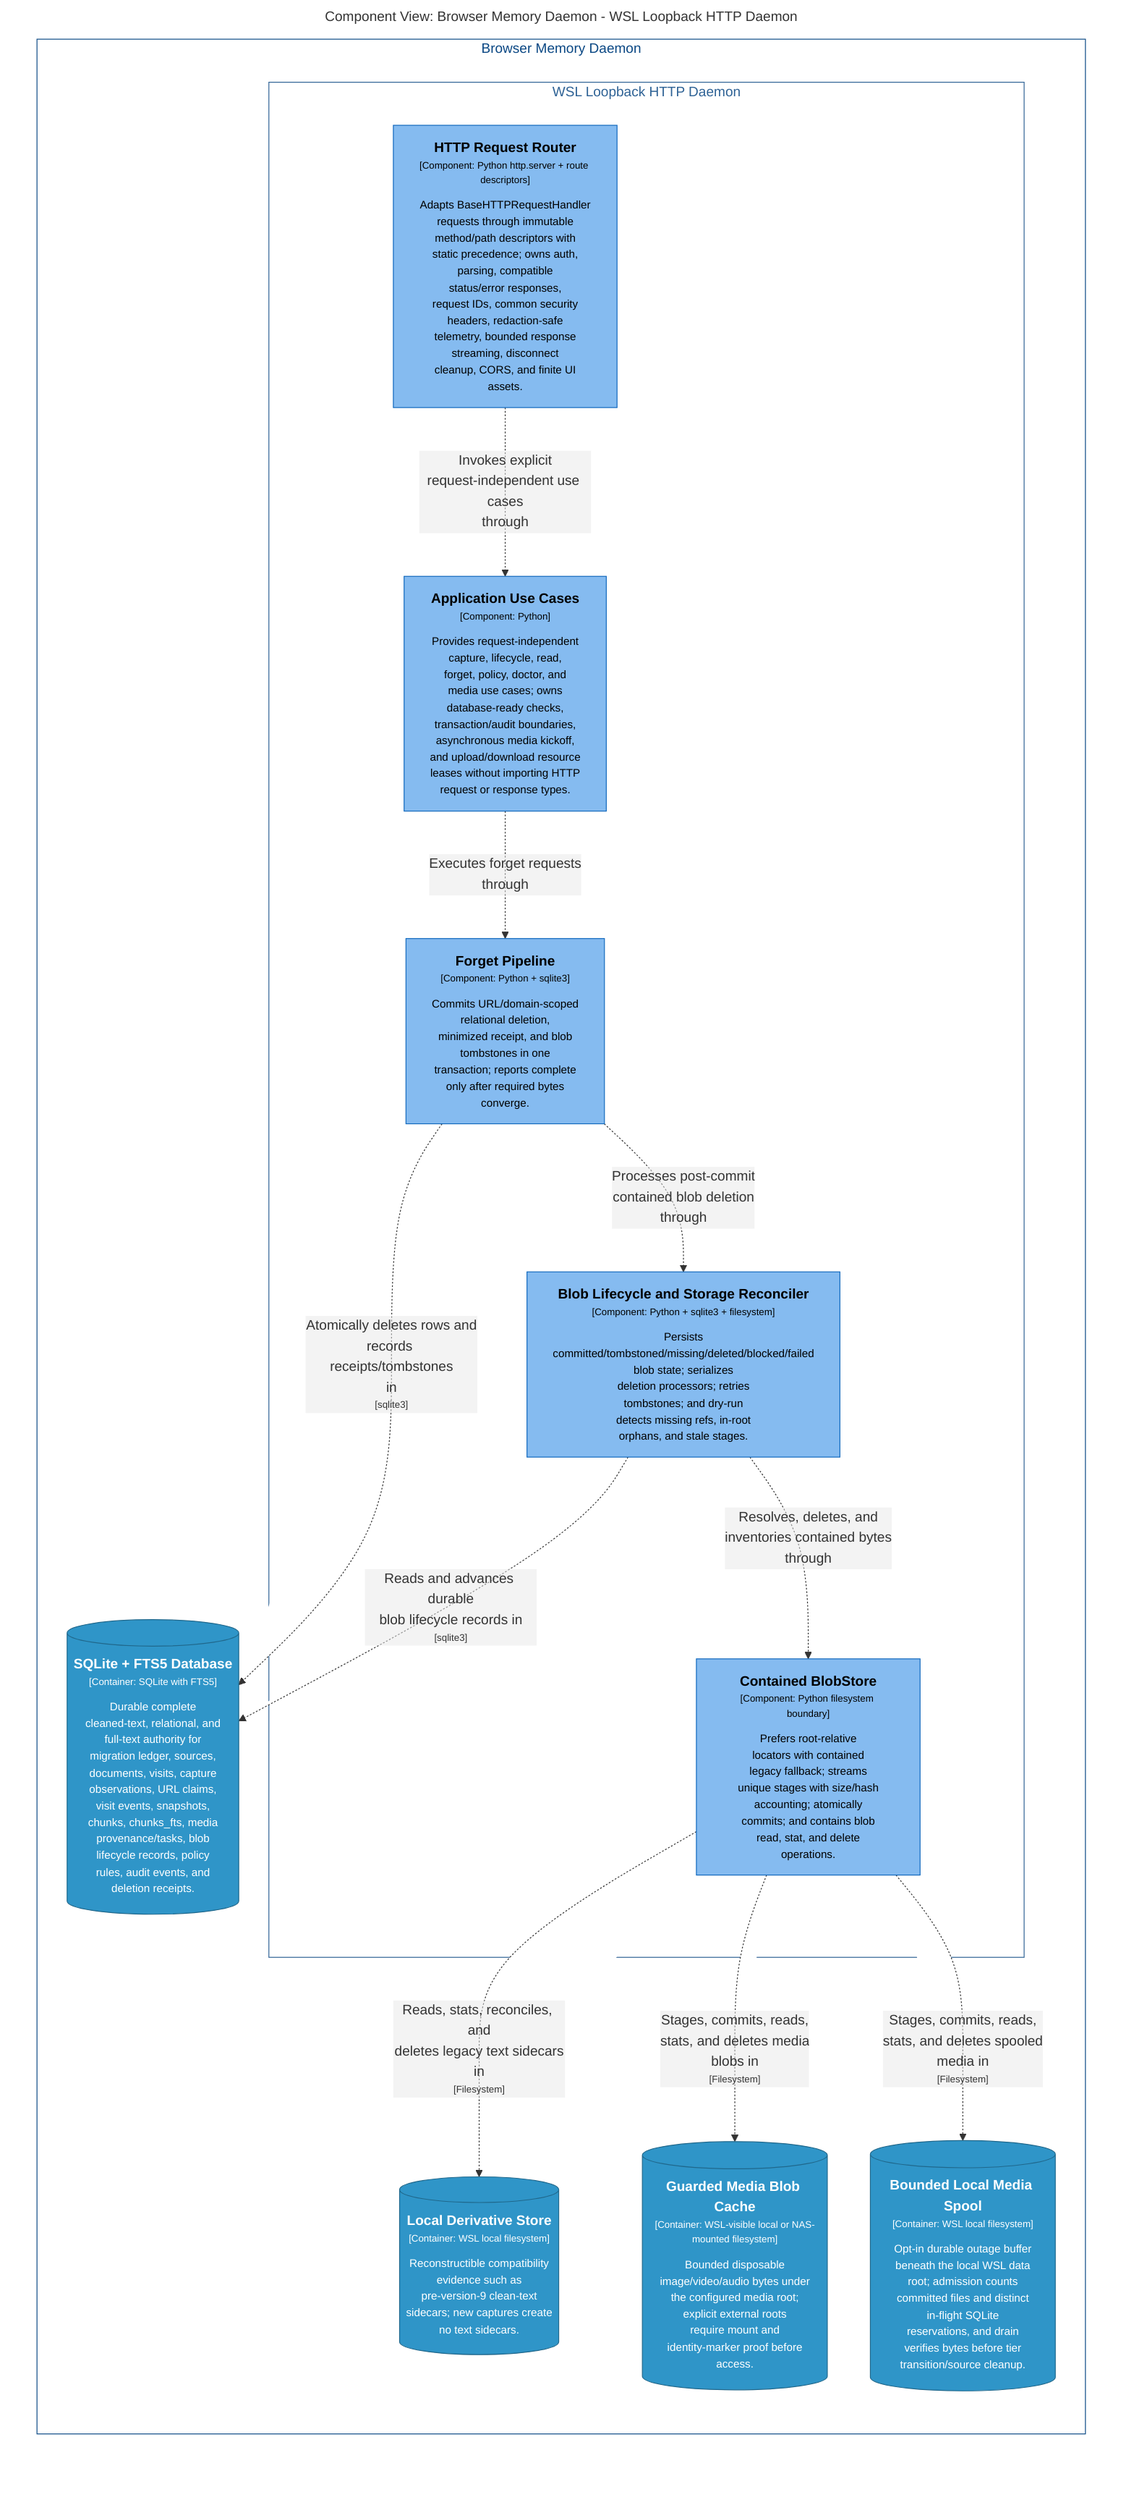
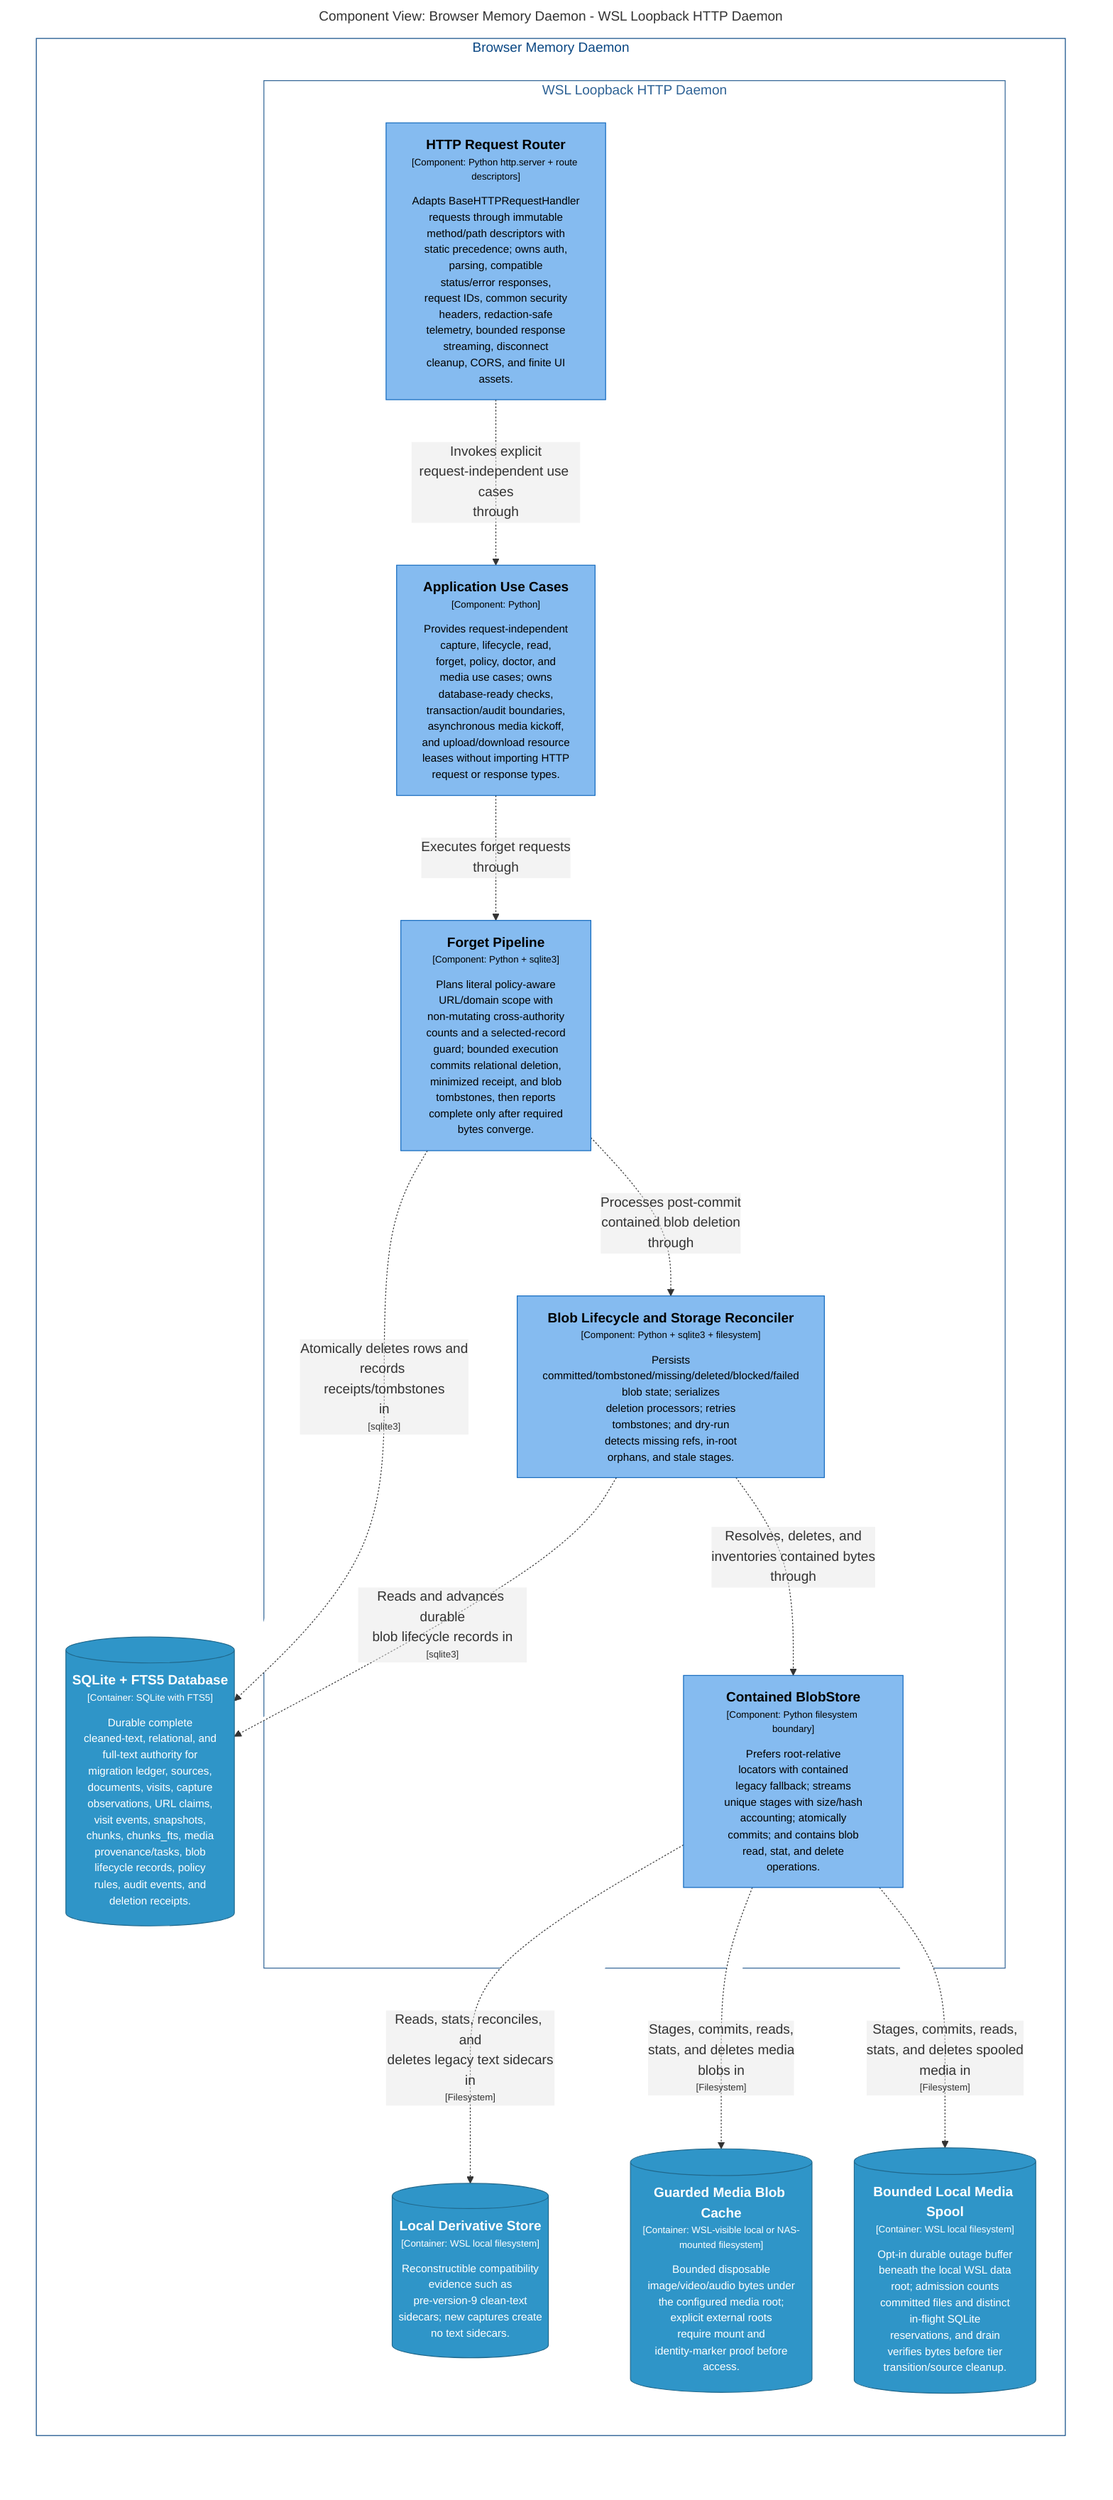
graph LR
  linkStyle default fill:#ffffff

  subgraph diagram ["Component View: Browser Memory Daemon - WSL Loopback HTTP Daemon"]
    style diagram fill:#ffffff,stroke:#ffffff

    subgraph 4 ["Browser Memory Daemon"]
      style 4 fill:#ffffff,stroke:#0b4884,color:#0b4884

      subgraph 22 ["WSL Loopback HTTP Daemon"]
        style 22 fill:#ffffff,stroke:#2e6295,color:#2e6295

        23["<div style='font-weight: bold'>HTTP Request Router</div><div style='font-size: 70%; margin-top: 0px'>[Component: Python http.server + route descriptors]</div><div style='font-size: 80%; margin-top:10px'>Adapts BaseHTTPRequestHandler<br />requests through immutable<br />method/path descriptors with<br />static precedence; owns auth,<br />parsing, compatible<br />status/error responses,<br />request IDs, common security<br />headers, redaction-safe<br />telemetry, bounded response<br />streaming, disconnect<br />cleanup, CORS, and finite UI<br />assets.</div>"]
        style 23 fill:#85bbf0,stroke:#1168bd,color:#000000
        24["<div style='font-weight: bold'>Application Use Cases</div><div style='font-size: 70%; margin-top: 0px'>[Component: Python]</div><div style='font-size: 80%; margin-top:10px'>Provides request-independent<br />capture, lifecycle, read,<br />forget, policy, doctor, and<br />media use cases; owns<br />database-ready checks,<br />transaction/audit boundaries,<br />asynchronous media kickoff,<br />and upload/download resource<br />leases without importing HTTP<br />request or response types.</div>"]
        style 24 fill:#85bbf0,stroke:#1168bd,color:#000000
        39["<div style='font-weight: bold'>Contained BlobStore</div><div style='font-size: 70%; margin-top: 0px'>[Component: Python filesystem boundary]</div><div style='font-size: 80%; margin-top:10px'>Prefers root-relative<br />locators with contained<br />legacy fallback; streams<br />unique stages with size/hash<br />accounting; atomically<br />commits; and contains blob<br />read, stat, and delete<br />operations.</div>"]
        style 39 fill:#85bbf0,stroke:#1168bd,color:#000000
        40["<div style='font-weight: bold'>Blob Lifecycle and Storage Reconciler</div><div style='font-size: 70%; margin-top: 0px'>[Component: Python + sqlite3 + filesystem]</div><div style='font-size: 80%; margin-top:10px'>Persists<br />committed/tombstoned/missing/deleted/blocked/failed<br />blob state; serializes<br />deletion processors; retries<br />tombstones; and dry-run<br />detects missing refs, in-root<br />orphans, and stale stages.</div>"]
        style 40 fill:#85bbf0,stroke:#1168bd,color:#000000
-         42["<div style='font-weight: bold'>Forget Pipeline</div><div style='font-size: 70%; margin-top: 0px'>[Component: Python + sqlite3]</div><div style='font-size: 80%; margin-top:10px'>Commits URL/domain-scoped<br />relational deletion,<br />minimized receipt, and blob<br />tombstones in one<br />transaction; reports complete<br />only after required bytes<br />converge.</div>"]
+         42["<div style='font-weight: bold'>Forget Pipeline</div><div style='font-size: 70%; margin-top: 0px'>[Component: Python + sqlite3]</div><div style='font-size: 80%; margin-top:10px'>Plans literal policy-aware<br />URL/domain scope with<br />non-mutating cross-authority<br />counts and a selected-record<br />guard; bounded execution<br />commits relational deletion,<br />minimized receipt, and blob<br />tombstones, then reports<br />complete only after required<br />bytes converge.</div>"]
        style 42 fill:#85bbf0,stroke:#1168bd,color:#000000
      end

      48[("<div style='font-weight: bold'>SQLite + FTS5 Database</div><div style='font-size: 70%; margin-top: 0px'>[Container: SQLite with FTS5]</div><div style='font-size: 80%; margin-top:10px'>Durable complete<br />cleaned-text, relational, and<br />full-text authority for<br />migration ledger, sources,<br />documents, visits, capture<br />observations, URL claims,<br />visit events, snapshots,<br />chunks, chunks_fts, media<br />provenance/tasks, blob<br />lifecycle records, policy<br />rules, audit events, and<br />deletion receipts.</div>")]
      style 48 fill:#2f95c8,stroke:#20688c,color:#ffffff
      49[("<div style='font-weight: bold'>Local Derivative Store</div><div style='font-size: 70%; margin-top: 0px'>[Container: WSL local filesystem]</div><div style='font-size: 80%; margin-top:10px'>Reconstructible compatibility<br />evidence such as<br />pre-version-9 clean-text<br />sidecars; new captures create<br />no text sidecars.</div>")]
      style 49 fill:#2f95c8,stroke:#20688c,color:#ffffff
      50[("<div style='font-weight: bold'>Guarded Media Blob Cache</div><div style='font-size: 70%; margin-top: 0px'>[Container: WSL-visible local or NAS-mounted filesystem]</div><div style='font-size: 80%; margin-top:10px'>Bounded disposable<br />image/video/audio bytes under<br />the configured media root;<br />explicit external roots<br />require mount and<br />identity-marker proof before<br />access.</div>")]
      style 50 fill:#2f95c8,stroke:#20688c,color:#ffffff
      51[("<div style='font-weight: bold'>Bounded Local Media Spool</div><div style='font-size: 70%; margin-top: 0px'>[Container: WSL local filesystem]</div><div style='font-size: 80%; margin-top:10px'>Opt-in durable outage buffer<br />beneath the local WSL data<br />root; admission counts<br />committed files and distinct<br />in-flight SQLite<br />reservations, and drain<br />verifies bytes before tier<br />transition/source cleanup.</div>")]
      style 51 fill:#2f95c8,stroke:#20688c,color:#ffffff
    end

    23-. "<div>Invokes explicit<br />request-independent use cases<br />through</div><div style='font-size: 70%'></div>" .->24
    24-. "<div>Executes forget requests<br />through</div><div style='font-size: 70%'></div>" .->42
    42-. "<div>Atomically deletes rows and<br />records receipts/tombstones<br />in</div><div style='font-size: 70%'>[sqlite3]</div>" .->48
    42-. "<div>Processes post-commit<br />contained blob deletion<br />through</div><div style='font-size: 70%'></div>" .->40
    40-. "<div>Reads and advances durable<br />blob lifecycle records in</div><div style='font-size: 70%'>[sqlite3]</div>" .->48
    40-. "<div>Resolves, deletes, and<br />inventories contained bytes<br />through</div><div style='font-size: 70%'></div>" .->39
    39-. "<div>Reads, stats, reconciles, and<br />deletes legacy text sidecars<br />in</div><div style='font-size: 70%'>[Filesystem]</div>" .->49
    39-. "<div>Stages, commits, reads,<br />stats, and deletes media<br />blobs in</div><div style='font-size: 70%'>[Filesystem]</div>" .->50
    39-. "<div>Stages, commits, reads,<br />stats, and deletes spooled<br />media in</div><div style='font-size: 70%'>[Filesystem]</div>" .->51

  end